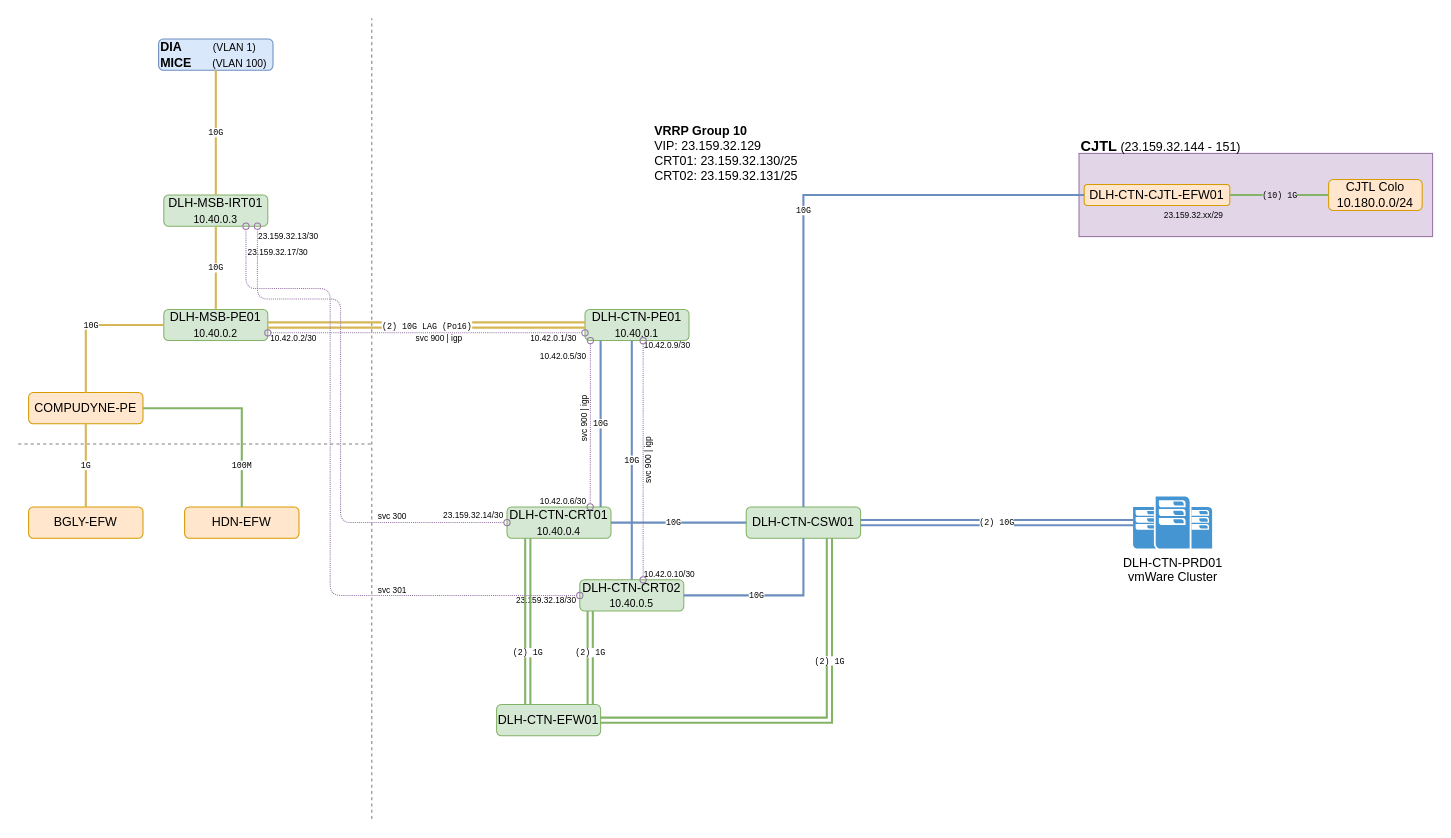
Above: Network Diagram.drawio in abhid/drawio-diagrams (draw.io), before the change. Source tidied: cells renumbered, new cells numbered last; positions are measured from the earlier drawing's top-left corner, leaving out a move shared by most shapes. Both pictures are drawn from the tidied source at 104%, with x=0, y=0 at pixel (18, 18).
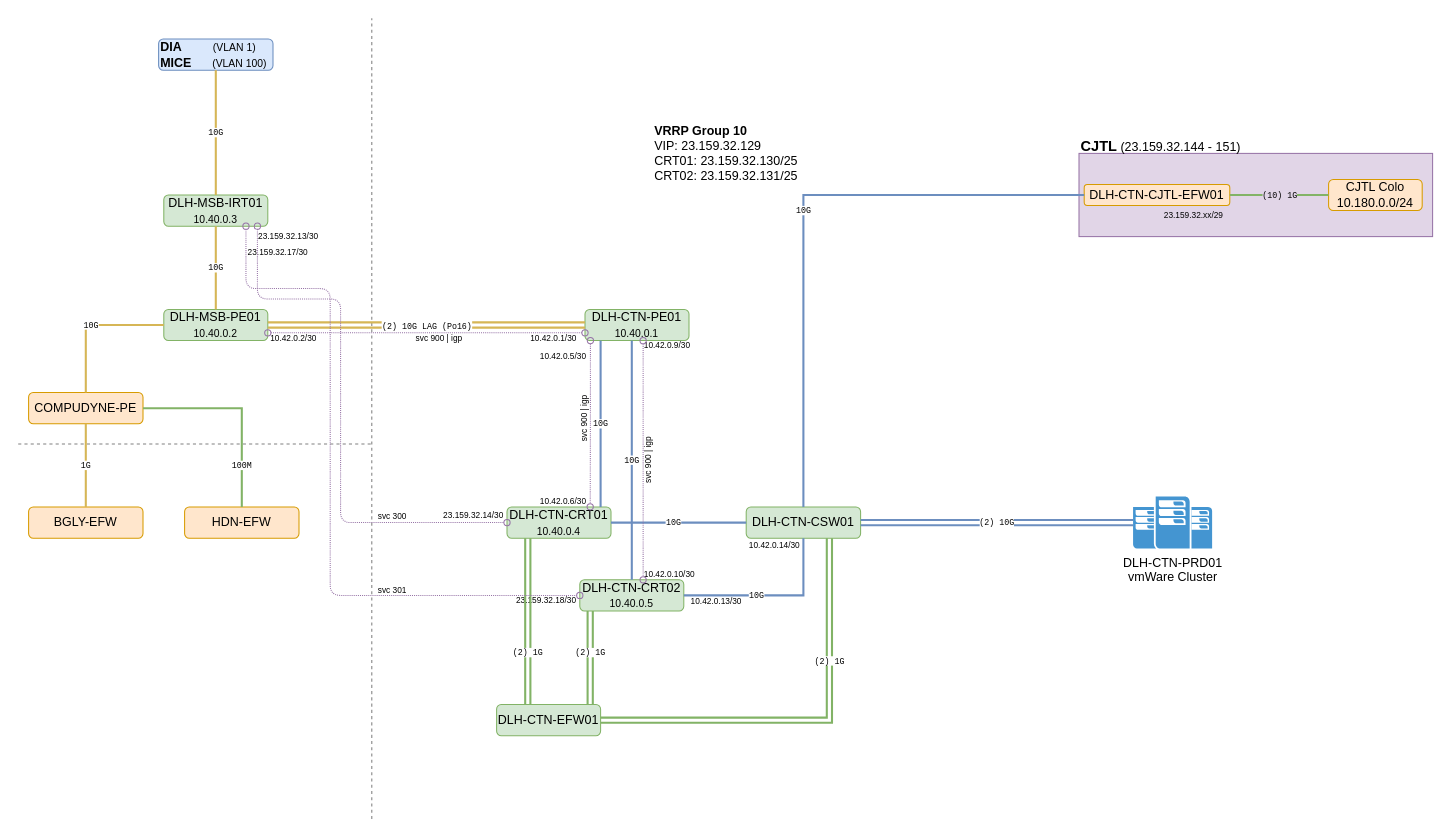
Above is the later version.

The change refers to these unchanged cells:
```xml
<mxCell id="30" value="&lt;font face=&quot;Courier New&quot; style=&quot;font-size: 8px;&quot;&gt;10G&lt;/font&gt;" style="edgeStyle=orthogonalEdgeStyle;rounded=0;jettySize=auto;html=1;endArrow=none;endFill=0;strokeWidth=2;fillColor=#dae8fc;strokeColor=#6c8ebf;fontSize=8;" parent="20" edge="1" source="6" target="11">
  <mxGeometry x="-0.18" relative="1" as="geometry" />
</mxCell>
```

The edit, as a diff of the source:
```diff
@@
+    <mxCell id="62" value="10.42.0.14/30" style="edgeLabel;html=1;align=center;verticalAlign=middle;fontSize=8;" parent="1" vertex="1">
+      <mxGeometry x="726" y="506" as="geometry" />
+    </mxCell>
@@
+    <mxCell id="63" value="10.42.0.13/30" style="edgeLabel;html=1;align=center;verticalAlign=middle;fontSize=8;" parent="30" vertex="1">
+      <mxGeometry x="-0.72" relative="1" as="geometry">
+        <mxPoint x="6" y="5" as="offset" />
+      </mxGeometry>
+    </mxCell>
```
